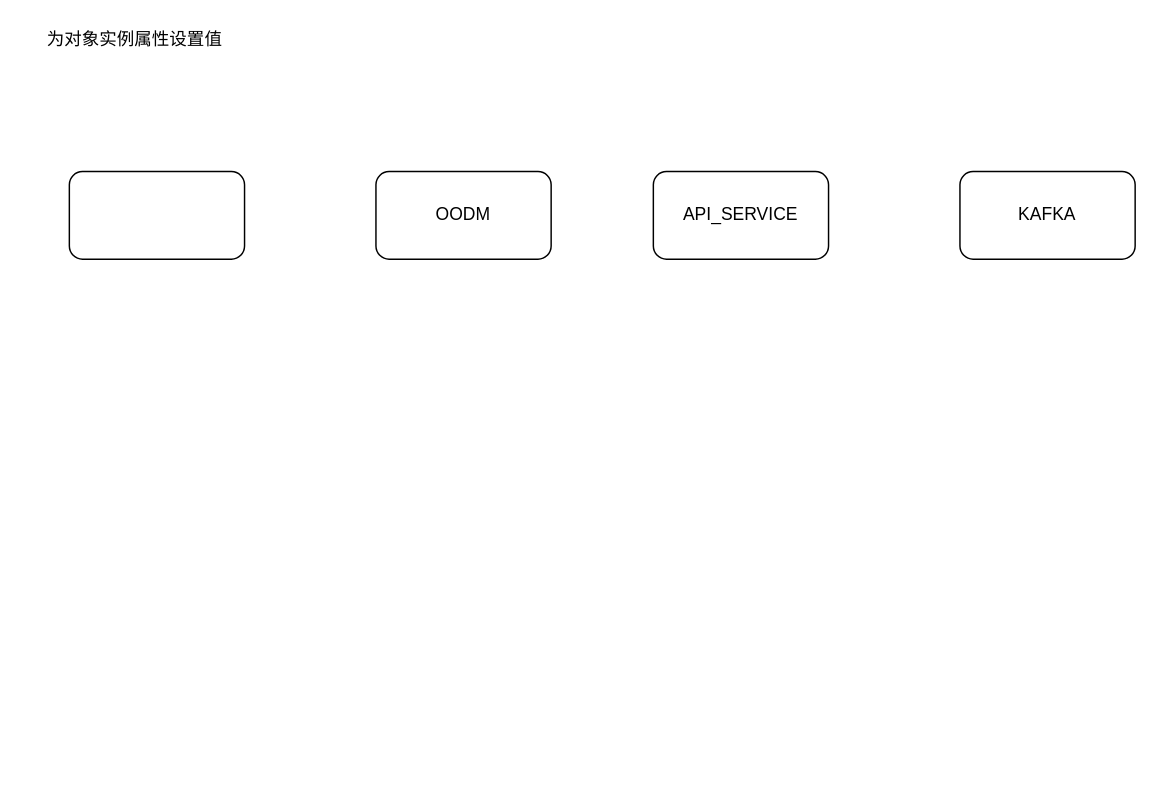
This is Untitled Diagram.drawio from Eason7663/study_notes, a draw.io file, before an edit. Source tidied: cells renumbered, new cells numbered last; positions are measured from the earlier drawing's top-left corner, leaving out a move shared by most shapes. Both pictures are drawn from the tidied source at 146%, with x=0, y=0 at pixel (25, 25).
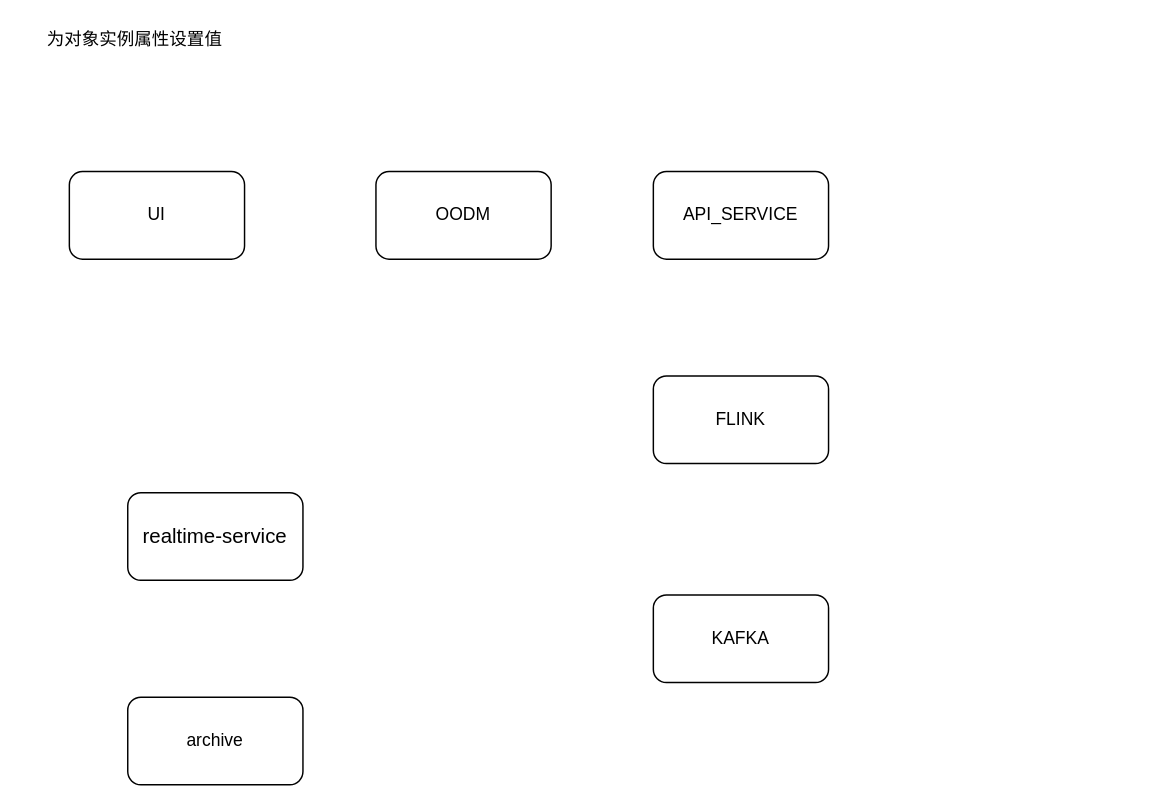
Above is the later version.

Diff of the diagram source:
```diff
@@
 <mxGraphModel background="#ffffff">
   <root>
     <mxCell id="0" />
     <mxCell id="1" parent="0" />
-    <mxCell id="2" style="rounded=1;whiteSpace=wrap;html=1;" parent="1" vertex="1">
+    <mxCell id="2" value="UI" style="rounded=1;whiteSpace=wrap;html=1;" parent="1" vertex="1">
       <mxGeometry x="30" y="100" width="120" height="60" as="geometry" />
     </mxCell>
     <mxCell id="3" value="OODM" style="rounded=1;whiteSpace=wrap;html=1;" parent="1" vertex="1">
       <mxGeometry x="240" y="100" width="120" height="60" as="geometry" />
     </mxCell>
     <mxCell id="4" value="API_SERVICE" style="rounded=1;whiteSpace=wrap;html=1;" parent="1" vertex="1">
       <mxGeometry x="430" y="100" width="120" height="60" as="geometry" />
     </mxCell>
     <mxCell id="5" value="KAFKA" style="rounded=1;whiteSpace=wrap;html=1;" parent="1" vertex="1">
-      <mxGeometry x="640" y="100" width="120" height="60" as="geometry" />
+      <mxGeometry x="430" y="390" width="120" height="60" as="geometry" />
     </mxCell>
     <mxCell id="6" value="为对象实例属性设置值" style="text;html=1;strokeColor=none;fillColor=none;align=center;verticalAlign=middle;whiteSpace=wrap;rounded=0;" parent="1" vertex="1">
       <mxGeometry width="150" height="20" as="geometry" />
     </mxCell>
+    <mxCell id="7" value="FLINK" style="rounded=1;whiteSpace=wrap;html=1;" parent="1" vertex="1">
+      <mxGeometry x="430" y="240" width="120" height="60" as="geometry" />
+    </mxCell>
+    <mxCell id="8" value="&lt;font style=&quot;font-size: 14px&quot;&gt;realtime-service&lt;/font&gt;" style="rounded=1;whiteSpace=wrap;html=1;" parent="1" vertex="1">
+      <mxGeometry x="70" y="320" width="120" height="60" as="geometry" />
+    </mxCell>
+    <mxCell id="9" value="archive" style="rounded=1;whiteSpace=wrap;html=1;" parent="1" vertex="1">
+      <mxGeometry x="70" y="460" width="120" height="60" as="geometry" />
+    </mxCell>
   </root>
 </mxGraphModel>
```
